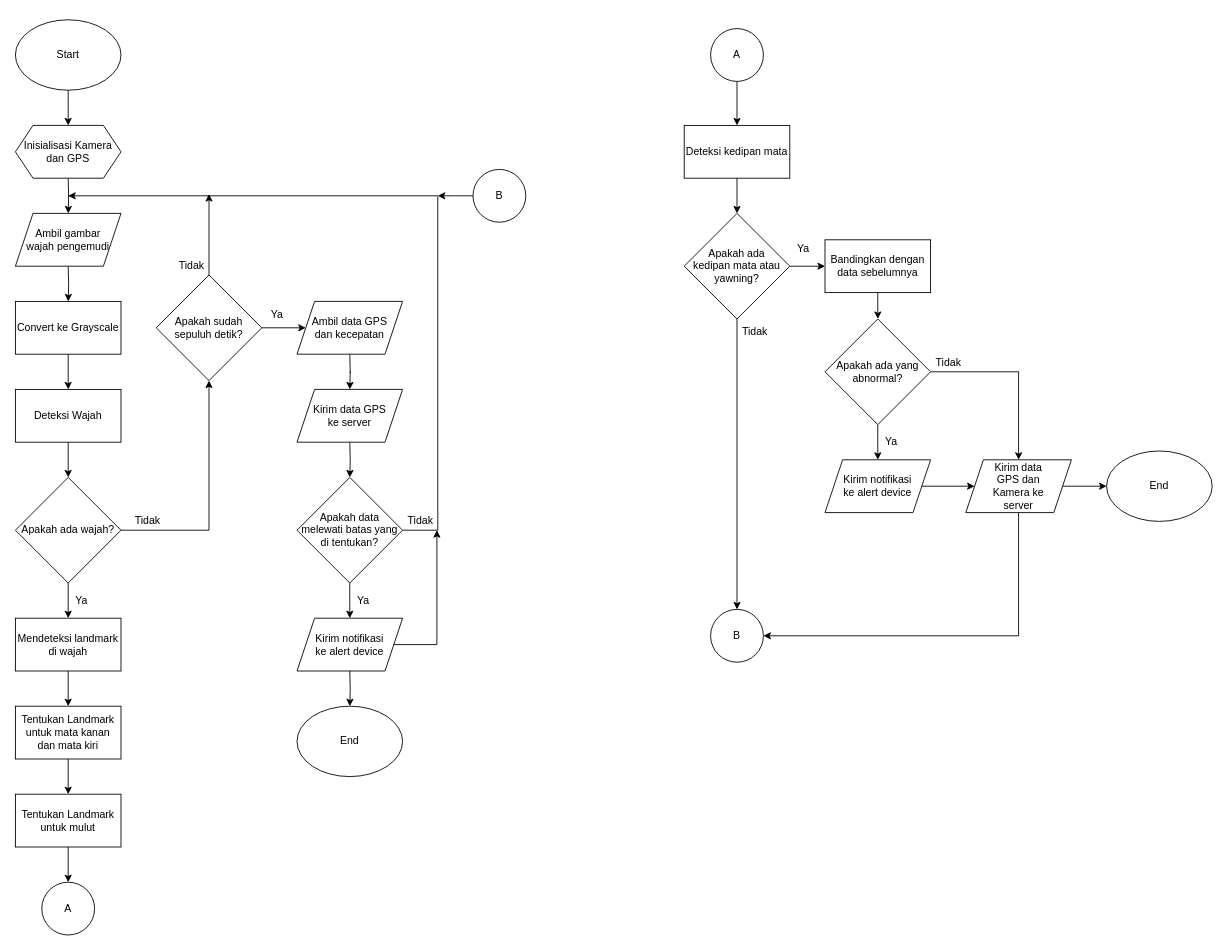
The draw.io diagram Flow Chart Main Device.drawio in Akise17/Web-Design, before the edit. Source tidied: cells renumbered, new cells numbered last; positions are measured from the earlier drawing's top-left corner, leaving out a move shared by most shapes. Both pictures are drawn from the tidied source at 88%, with x=0, y=0 at pixel (15, 19).
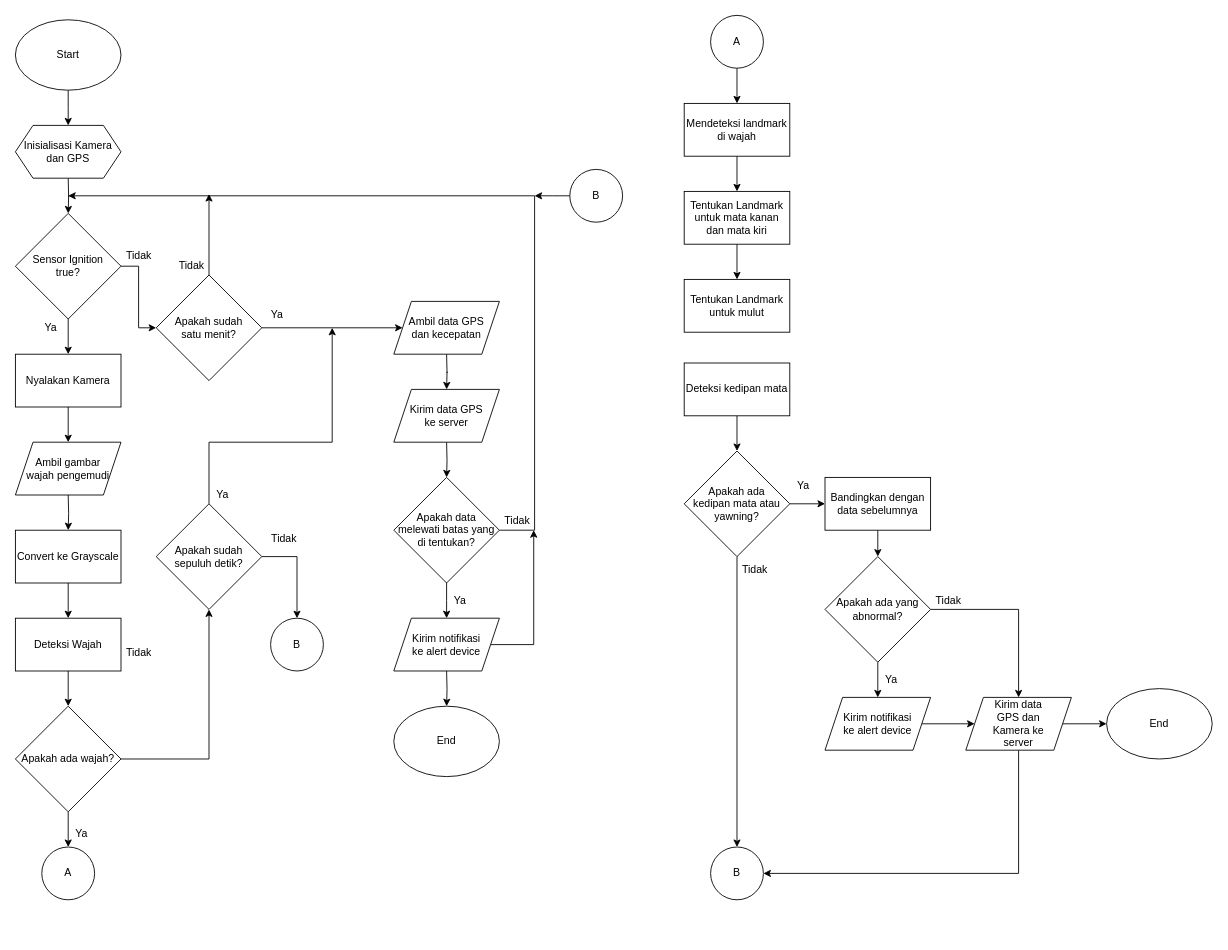
The same page after the edit.

Commit message:
add ignition sensor

What changed in the source:
```diff
@@
     <mxCell id="5" style="edgeStyle=orthogonalEdgeStyle;rounded=0;jettySize=auto;html=1;startArrow=none;startFill=0;" parent="1" edge="1" target="7">
       <mxGeometry relative="1" as="geometry">
-        <mxPoint x="60" y="280" as="sourcePoint" />
+        <mxPoint x="60" y="540" as="sourcePoint" />
       </mxGeometry>
     </mxCell>
@@
     <mxCell id="7" value="Convert ke Grayscale" style="whiteSpace=wrap;html=1;rounded=0;" parent="1" vertex="1">
-      <mxGeometry y="320" width="120" height="60" as="geometry" />
+      <mxGeometry y="580" width="120" height="60" as="geometry" />
     </mxCell>
@@
     <mxCell id="9" value="Deteksi Wajah" style="whiteSpace=wrap;html=1;rounded=0;" parent="1" vertex="1">
-      <mxGeometry y="420" width="120" height="60" as="geometry" />
+      <mxGeometry y="680" width="120" height="60" as="geometry" />
     </mxCell>
-    <mxCell id="10" style="edgeStyle=orthogonalEdgeStyle;rounded=0;jettySize=auto;html=1;startArrow=none;startFill=0;" parent="1" edge="1" source="12" target="15">
-      <mxGeometry relative="1" as="geometry" />
-    </mxCell>
-    <mxCell id="11" style="edgeStyle=orthogonalEdgeStyle;rounded=0;jettySize=auto;html=1;exitX=1;exitY=0.5;exitDx=0;exitDy=0;entryX=0.5;entryY=1;entryDx=0;entryDy=0;startArrow=none;startFill=0;" parent="1" edge="1" source="12" target="25">
-      <mxGeometry relative="1" as="geometry" />
-    </mxCell>
+    <mxCell id="67" style="edgeStyle=orthogonalEdgeStyle;rounded=0;jettySize=auto;html=1;exitX=1;exitY=0.5;exitDx=0;exitDy=0;entryX=0.5;entryY=1;entryDx=0;entryDy=0;" parent="1" edge="1" source="12" target="77">
+      <mxGeometry relative="1" as="geometry" />
+    </mxCell>
+    <mxCell id="68" style="edgeStyle=orthogonalEdgeStyle;rounded=0;jettySize=auto;html=1;exitX=0.5;exitY=1;exitDx=0;exitDy=0;entryX=0.5;entryY=0;entryDx=0;entryDy=0;" parent="1" edge="1" source="12" target="20">
+      <mxGeometry relative="1" as="geometry" />
+    </mxCell>
     <mxCell id="12" value="Apakah ada wajah?" style="rhombus;whiteSpace=wrap;html=1;" parent="1" vertex="1">
-      <mxGeometry y="520" width="120" height="120" as="geometry" />
+      <mxGeometry y="780" width="120" height="120" as="geometry" />
     </mxCell>
     <mxCell id="13" value="Tidak" style="text;html=1;align=center;verticalAlign=middle;strokeColor=none;" parent="1" vertex="1">
-      <mxGeometry x="130" y="560" width="40" height="20" as="geometry" />
+      <mxGeometry x="120" y="710" width="40" height="20" as="geometry" />
     </mxCell>
-    <mxCell id="14" style="edgeStyle=orthogonalEdgeStyle;rounded=0;jettySize=auto;html=1;startArrow=none;startFill=0;" parent="1" edge="1" source="15" target="17">
+    <mxCell id="14" style="edgeStyle=orthogonalEdgeStyle;rounded=0;jettySize=auto;html=1;exitX=0.5;exitY=1;exitDx=0;exitDy=0;entryX=0.5;entryY=0;entryDx=0;entryDy=0;" parent="1" edge="1" source="15" target="17">
       <mxGeometry relative="1" as="geometry" />
     </mxCell>
     <mxCell id="15" value="Mendeteksi landmark di wajah" style="whiteSpace=wrap;html=1;" parent="1" vertex="1">
-      <mxGeometry y="680" width="120" height="60" as="geometry" />
+      <mxGeometry x="760" y="95" width="120" height="60" as="geometry" />
     </mxCell>
@@
     <mxCell id="17" value="Tentukan Landmark untuk mata kanan dan mata kiri" style="whiteSpace=wrap;html=1;" parent="1" vertex="1">
-      <mxGeometry y="780" width="120" height="60" as="geometry" />
+      <mxGeometry x="760" y="195" width="120" height="60" as="geometry" />
     </mxCell>
-    <mxCell id="18" style="edgeStyle=orthogonalEdgeStyle;rounded=0;jettySize=auto;html=1;startArrow=none;startFill=0;" parent="1" edge="1" source="19" target="20">
-      <mxGeometry relative="1" as="geometry" />
-    </mxCell>
     <mxCell id="19" value="Tentukan Landmark untuk mulut" style="whiteSpace=wrap;html=1;" parent="1" vertex="1">
-      <mxGeometry y="880" width="120" height="60" as="geometry" />
+      <mxGeometry x="760" y="295" width="120" height="60" as="geometry" />
     </mxCell>
     <mxCell id="20" value="A" style="ellipse;whiteSpace=wrap;html=1;" parent="1" vertex="1">
-      <mxGeometry x="30" y="980" width="60" height="60" as="geometry" />
+      <mxGeometry x="30" y="940" width="60" height="60" as="geometry" />
     </mxCell>
-    <mxCell id="21" style="edgeStyle=orthogonalEdgeStyle;rounded=0;jettySize=auto;html=1;exitX=0.5;exitY=1;exitDx=0;exitDy=0;entryX=0.5;entryY=0;entryDx=0;entryDy=0;startArrow=none;startFill=0;" parent="1" edge="1" source="22" target="45">
-      <mxGeometry relative="1" as="geometry" />
-    </mxCell>
+    <mxCell id="69" style="edgeStyle=orthogonalEdgeStyle;rounded=0;jettySize=auto;html=1;exitX=0.5;exitY=1;exitDx=0;exitDy=0;entryX=0.5;entryY=0;entryDx=0;entryDy=0;" parent="1" edge="1" source="22" target="15">
+      <mxGeometry relative="1" as="geometry" />
+    </mxCell>
     <mxCell id="22" value="A" style="ellipse;whiteSpace=wrap;html=1;" parent="1" vertex="1">
-      <mxGeometry x="790" y="10" width="60" height="60" as="geometry" />
+      <mxGeometry x="790" y="-5" width="60" height="60" as="geometry" />
     </mxCell>
@@
-    <mxCell id="25" value="&lt;div&gt;Apakah sudah&lt;/div&gt;&lt;div&gt; sepuluh detik?&lt;/div&gt;" style="rhombus;whiteSpace=wrap;html=1;" parent="1" vertex="1">
+    <mxCell id="25" value="&lt;div&gt;Apakah sudah&lt;/div&gt;&lt;div&gt; satu menit?&lt;/div&gt;" style="rhombus;whiteSpace=wrap;html=1;" parent="1" vertex="1">
       <mxGeometry x="160" y="290" width="120" height="120" as="geometry" />
     </mxCell>
@@
     <mxCell id="27" style="edgeStyle=orthogonalEdgeStyle;rounded=0;orthogonalLoop=1;jettySize=auto;html=1;startArrow=none;startFill=0;" parent="1" edge="1">
       <mxGeometry relative="1" as="geometry">
-        <mxPoint x="380" y="380" as="sourcePoint" />
-        <mxPoint x="380" y="420" as="targetPoint" />
+        <mxPoint x="490" y="380" as="sourcePoint" />
+        <mxPoint x="490" y="420" as="targetPoint" />
       </mxGeometry>
     </mxCell>
@@
     <mxCell id="29" value="Ya" style="text;html=1;align=center;verticalAlign=middle;strokeColor=none;" parent="1" vertex="1">
-      <mxGeometry x="60" y="650" width="30" height="20" as="geometry" />
+      <mxGeometry x="60" y="915" width="30" height="20" as="geometry" />
     </mxCell>
     <mxCell id="30" style="edgeStyle=orthogonalEdgeStyle;rounded=0;jettySize=auto;html=1;startArrow=none;startFill=0;" parent="1" edge="1" target="33">
       <mxGeometry relative="1" as="geometry">
-        <mxPoint x="380" y="480" as="sourcePoint" />
+        <mxPoint x="490" y="480" as="sourcePoint" />
       </mxGeometry>
     </mxCell>
     <mxCell id="31" style="edgeStyle=orthogonalEdgeStyle;rounded=0;jettySize=auto;html=1;exitX=0.5;exitY=1;exitDx=0;exitDy=0;entryX=0.5;entryY=0;entryDx=0;entryDy=0;startArrow=none;startFill=0;" parent="1" edge="1" source="33">
       <mxGeometry relative="1" as="geometry">
-        <mxPoint x="380" y="680" as="targetPoint" />
+        <mxPoint x="490" y="680" as="targetPoint" />
       </mxGeometry>
     </mxCell>
     <mxCell id="32" style="edgeStyle=orthogonalEdgeStyle;rounded=0;jettySize=auto;html=1;exitX=1;exitY=0.5;exitDx=0;exitDy=0;startArrow=none;startFill=0;" parent="1" edge="1" source="33">
       <mxGeometry relative="1" as="geometry">
         <mxPoint x="220" y="198" as="targetPoint" />
         <Array as="points">
-          <mxPoint x="480" y="580" />
-          <mxPoint x="480" y="200" />
+          <mxPoint x="590" y="580" />
+          <mxPoint x="590" y="200" />
           <mxPoint x="220" y="200" />
         </Array>
       </mxGeometry>
     </mxCell>
     <mxCell id="33" value="&lt;div&gt;Apakah data &lt;br&gt;&lt;/div&gt;&lt;div&gt;melewati batas yang di tentukan?&lt;/div&gt;" style="rhombus;whiteSpace=wrap;html=1;rounded=0;" parent="1" vertex="1">
-      <mxGeometry x="320" y="520" width="120" height="120" as="geometry" />
+      <mxGeometry x="430" y="520" width="120" height="120" as="geometry" />
     </mxCell>
     <mxCell id="34" style="edgeStyle=orthogonalEdgeStyle;rounded=0;jettySize=auto;html=1;exitX=1;exitY=0.5;exitDx=0;exitDy=0;entryX=0.975;entryY=1;entryDx=0;entryDy=0;entryPerimeter=0;startArrow=none;startFill=0;" parent="1" edge="1" source="43" target="37">
       <mxGeometry relative="1" as="geometry">
         <Array as="points">
-          <mxPoint x="479" y="710" />
+          <mxPoint x="589" y="710" />
         </Array>
       </mxGeometry>
     </mxCell>
     <mxCell id="35" style="edgeStyle=orthogonalEdgeStyle;rounded=0;jettySize=auto;html=1;exitX=0.5;exitY=1;exitDx=0;exitDy=0;entryX=0.5;entryY=0;entryDx=0;entryDy=0;startArrow=none;startFill=0;" parent="1" edge="1" target="38">
       <mxGeometry relative="1" as="geometry">
-        <mxPoint x="380" y="740" as="sourcePoint" />
+        <mxPoint x="490" y="740" as="sourcePoint" />
       </mxGeometry>
     </mxCell>
     <mxCell id="36" value="Ya" style="text;html=1;align=center;verticalAlign=middle;strokeColor=none;" parent="1" vertex="1">
-      <mxGeometry x="380" y="650" width="30" height="20" as="geometry" />
+      <mxGeometry x="490" y="650" width="30" height="20" as="geometry" />
     </mxCell>
     <mxCell id="37" value="Tidak" style="text;html=1;align=center;verticalAlign=middle;points=[];strokeColor=none;" parent="1" vertex="1">
-      <mxGeometry x="440" y="560" width="40" height="20" as="geometry" />
+      <mxGeometry x="550" y="560" width="40" height="20" as="geometry" />
     </mxCell>
     <mxCell id="38" value="End" style="ellipse;whiteSpace=wrap;html=1;" parent="1" vertex="1">
-      <mxGeometry x="320" y="780" width="120" height="80" as="geometry" />
+      <mxGeometry x="430" y="780" width="120" height="80" as="geometry" />
     </mxCell>
     <mxCell id="39" value="&lt;div&gt;Ambil gambar &lt;br&gt;&lt;/div&gt;&lt;div&gt;wajah pengemudi&lt;/div&gt;" style="shape=parallelogram;perimeter=parallelogramPerimeter;whiteSpace=wrap;html=1;fixedSize=1;" parent="1" vertex="1">
-      <mxGeometry y="220" width="120" height="60" as="geometry" />
+      <mxGeometry y="480" width="120" height="60" as="geometry" />
     </mxCell>
@@
     <mxCell id="41" value="&lt;div&gt;Ambil data GPS &lt;br&gt;&lt;/div&gt;&lt;div&gt;dan kecepatan&lt;/div&gt;" style="shape=parallelogram;perimeter=parallelogramPerimeter;whiteSpace=wrap;html=1;fixedSize=1;" parent="1" vertex="1">
-      <mxGeometry x="320" y="320" width="120" height="60" as="geometry" />
+      <mxGeometry x="430" y="320" width="120" height="60" as="geometry" />
     </mxCell>
     <mxCell id="42" value="&lt;div&gt;Kirim data GPS&lt;br&gt;&lt;/div&gt;&lt;div&gt;ke server&lt;/div&gt;" style="shape=parallelogram;perimeter=parallelogramPerimeter;whiteSpace=wrap;html=1;fixedSize=1;" parent="1" vertex="1">
-      <mxGeometry x="320" y="420" width="120" height="60" as="geometry" />
+      <mxGeometry x="430" y="420" width="120" height="60" as="geometry" />
     </mxCell>
     <mxCell id="43" value="&lt;div&gt;Kirim notifikasi &lt;br&gt;&lt;/div&gt;&lt;div&gt;ke alert device&lt;/div&gt;" style="shape=parallelogram;perimeter=parallelogramPerimeter;whiteSpace=wrap;html=1;fixedSize=1;" parent="1" vertex="1">
-      <mxGeometry x="320" y="680" width="120" height="60" as="geometry" />
+      <mxGeometry x="430" y="680" width="120" height="60" as="geometry" />
     </mxCell>
@@
     <mxCell id="45" value="Deteksi kedipan mata" style="rounded=0;whiteSpace=wrap;html=1;" parent="1" vertex="1">
-      <mxGeometry x="760" y="120" width="120" height="60" as="geometry" />
+      <mxGeometry x="760" y="390" width="120" height="60" as="geometry" />
     </mxCell>
@@
     <mxCell id="48" value="&lt;div&gt;Apakah ada &lt;br&gt;&lt;/div&gt;&lt;div&gt;kedipan mata atau yawning?&lt;br&gt;&lt;/div&gt;" style="rhombus;whiteSpace=wrap;html=1;" parent="1" vertex="1">
-      <mxGeometry x="760" y="220" width="120" height="120" as="geometry" />
+      <mxGeometry x="760" y="490" width="120" height="120" as="geometry" />
     </mxCell>
@@
     <mxCell id="50" value="Bandingkan dengan data sebelumnya" style="rounded=0;whiteSpace=wrap;html=1;" parent="1" vertex="1">
-      <mxGeometry x="920" y="250" width="120" height="60" as="geometry" />
+      <mxGeometry x="920" y="520" width="120" height="60" as="geometry" />
     </mxCell>
@@
     <mxCell id="53" value="Apakah ada yang abnormal?" style="rhombus;whiteSpace=wrap;html=1;" parent="1" vertex="1">
-      <mxGeometry x="920" y="340" width="120" height="120" as="geometry" />
+      <mxGeometry x="920" y="610" width="120" height="120" as="geometry" />
     </mxCell>
     <mxCell id="54" style="edgeStyle=orthogonalEdgeStyle;rounded=0;jettySize=auto;html=1;exitX=0;exitY=0.5;exitDx=0;exitDy=0;startArrow=none;startFill=0;" parent="1" edge="1" source="55">
       <mxGeometry relative="1" as="geometry">
-        <mxPoint x="480" y="200" as="targetPoint" />
+        <mxPoint x="590" y="200" as="targetPoint" />
       </mxGeometry>
     </mxCell>
     <mxCell id="55" value="B" style="ellipse;whiteSpace=wrap;html=1;" parent="1" vertex="1">
-      <mxGeometry x="520" y="170" width="60" height="60" as="geometry" />
+      <mxGeometry x="630" y="170" width="60" height="60" as="geometry" />
     </mxCell>
     <mxCell id="56" value="Tidak" style="text;html=1;align=center;verticalAlign=middle;strokeColor=none;" parent="1" vertex="1">
-      <mxGeometry x="820" y="345" width="40" height="20" as="geometry" />
+      <mxGeometry x="820" y="615" width="40" height="20" as="geometry" />
     </mxCell>
     <mxCell id="57" value="Ya" style="text;html=1;align=center;verticalAlign=middle;strokeColor=none;" parent="1" vertex="1">
-      <mxGeometry x="880" y="250" width="30" height="20" as="geometry" />
+      <mxGeometry x="880" y="520" width="30" height="20" as="geometry" />
     </mxCell>
@@
     <mxCell id="60" value="&lt;div&gt;Kirim data &lt;br&gt;&lt;/div&gt;&lt;div&gt;GPS dan &lt;br&gt;&lt;/div&gt;&lt;div&gt;Kamera ke &lt;br&gt;&lt;/div&gt;&lt;div&gt;server&lt;/div&gt;" style="shape=parallelogram;perimeter=parallelogramPerimeter;whiteSpace=wrap;html=1;fixedSize=1;" parent="1" vertex="1">
-      <mxGeometry x="1080" y="500" width="120" height="60" as="geometry" />
+      <mxGeometry x="1080" y="770" width="120" height="60" as="geometry" />
     </mxCell>
@@
     <mxCell id="62" value="&lt;div&gt;Kirim notifikasi &lt;br&gt;&lt;/div&gt;&lt;div&gt;ke alert device&lt;/div&gt;" style="shape=parallelogram;perimeter=parallelogramPerimeter;whiteSpace=wrap;html=1;fixedSize=1;" parent="1" vertex="1">
-      <mxGeometry x="920" y="500" width="120" height="60" as="geometry" />
+      <mxGeometry x="920" y="770" width="120" height="60" as="geometry" />
     </mxCell>
     <mxCell id="63" value="B" style="ellipse;whiteSpace=wrap;html=1;" parent="1" vertex="1">
-      <mxGeometry x="790" y="670" width="60" height="60" as="geometry" />
+      <mxGeometry x="790" y="940" width="60" height="60" as="geometry" />
     </mxCell>
     <mxCell id="64" value="Tidak" style="text;html=1;align=center;verticalAlign=middle;strokeColor=none;" parent="1" vertex="1">
-      <mxGeometry x="1040" y="380" width="40" height="20" as="geometry" />
+      <mxGeometry x="1040" y="650" width="40" height="20" as="geometry" />
     </mxCell>
     <mxCell id="65" value="Ya" style="text;html=1;align=center;verticalAlign=middle;strokeColor=none;" parent="1" vertex="1">
-      <mxGeometry x="980" y="470" width="30" height="20" as="geometry" />
+      <mxGeometry x="980" y="740" width="30" height="20" as="geometry" />
     </mxCell>
     <mxCell id="66" value="End" style="ellipse;whiteSpace=wrap;html=1;" parent="1" vertex="1">
-      <mxGeometry x="1240" y="490" width="120" height="80" as="geometry" />
+      <mxGeometry x="1240" y="760" width="120" height="80" as="geometry" />
     </mxCell>
+    <mxCell id="70" style="edgeStyle=orthogonalEdgeStyle;rounded=0;jettySize=auto;html=1;exitX=1;exitY=0.5;exitDx=0;exitDy=0;entryX=0;entryY=0.5;entryDx=0;entryDy=0;" parent="1" edge="1" source="72" target="25">
+      <mxGeometry relative="1" as="geometry" />
+    </mxCell>
+    <mxCell id="71" style="edgeStyle=orthogonalEdgeStyle;rounded=0;jettySize=auto;html=1;exitX=0.5;exitY=1;exitDx=0;exitDy=0;entryX=0.5;entryY=0;entryDx=0;entryDy=0;" parent="1" edge="1" source="72" target="82">
+      <mxGeometry relative="1" as="geometry" />
+    </mxCell>
+    <mxCell id="72" value="&lt;div&gt;Sensor Ignition &lt;br&gt;&lt;/div&gt;&lt;div&gt;true?&lt;/div&gt;" style="rhombus;whiteSpace=wrap;html=1;" parent="1" vertex="1">
+      <mxGeometry y="220" width="120" height="120" as="geometry" />
+    </mxCell>
+    <mxCell id="73" value="Ya" style="text;html=1;align=center;verticalAlign=middle;strokeColor=none;" parent="1" vertex="1">
+      <mxGeometry x="25" y="340" width="30" height="20" as="geometry" />
+    </mxCell>
+    <mxCell id="74" value="Tidak" style="text;html=1;align=center;verticalAlign=middle;strokeColor=none;" parent="1" vertex="1">
+      <mxGeometry x="120" y="258" width="40" height="20" as="geometry" />
+    </mxCell>
+    <mxCell id="75" style="edgeStyle=orthogonalEdgeStyle;rounded=0;jettySize=auto;html=1;exitX=0.5;exitY=0;exitDx=0;exitDy=0;" parent="1" edge="1" source="77">
+      <mxGeometry relative="1" as="geometry">
+        <mxPoint x="360" y="350" as="targetPoint" />
+        <Array as="points">
+          <mxPoint x="220" y="480" />
+          <mxPoint x="360" y="480" />
+        </Array>
+      </mxGeometry>
+    </mxCell>
+    <mxCell id="76" style="edgeStyle=orthogonalEdgeStyle;rounded=0;jettySize=auto;html=1;exitX=1;exitY=0.5;exitDx=0;exitDy=0;entryX=0.5;entryY=0;entryDx=0;entryDy=0;" parent="1" edge="1" source="77" target="80">
+      <mxGeometry relative="1" as="geometry" />
+    </mxCell>
+    <mxCell id="77" value="&lt;div&gt;Apakah sudah&lt;/div&gt;&lt;div&gt; sepuluh detik?&lt;/div&gt;" style="rhombus;whiteSpace=wrap;html=1;" parent="1" vertex="1">
+      <mxGeometry x="160" y="550" width="120" height="120" as="geometry" />
+    </mxCell>
+    <mxCell id="78" value="Ya" style="text;html=1;align=center;verticalAlign=middle;strokeColor=none;" parent="1" vertex="1">
+      <mxGeometry x="220" y="530" width="30" height="20" as="geometry" />
+    </mxCell>
+    <mxCell id="79" value="Tidak" style="text;html=1;align=center;verticalAlign=middle;strokeColor=none;" parent="1" vertex="1">
+      <mxGeometry x="285" y="580" width="40" height="20" as="geometry" />
+    </mxCell>
+    <mxCell id="80" value="B" style="ellipse;whiteSpace=wrap;html=1;" parent="1" vertex="1">
+      <mxGeometry x="290" y="680" width="60" height="60" as="geometry" />
+    </mxCell>
+    <mxCell id="81" style="edgeStyle=orthogonalEdgeStyle;rounded=0;jettySize=auto;html=1;exitX=0.5;exitY=1;exitDx=0;exitDy=0;entryX=0.5;entryY=0;entryDx=0;entryDy=0;" parent="1" edge="1" source="82" target="39">
+      <mxGeometry relative="1" as="geometry" />
+    </mxCell>
+    <mxCell id="82" value="Nyalakan Kamera" style="whiteSpace=wrap;html=1;rounded=0;" parent="1" vertex="1">
+      <mxGeometry y="380" width="120" height="60" as="geometry" />
+    </mxCell>
```
